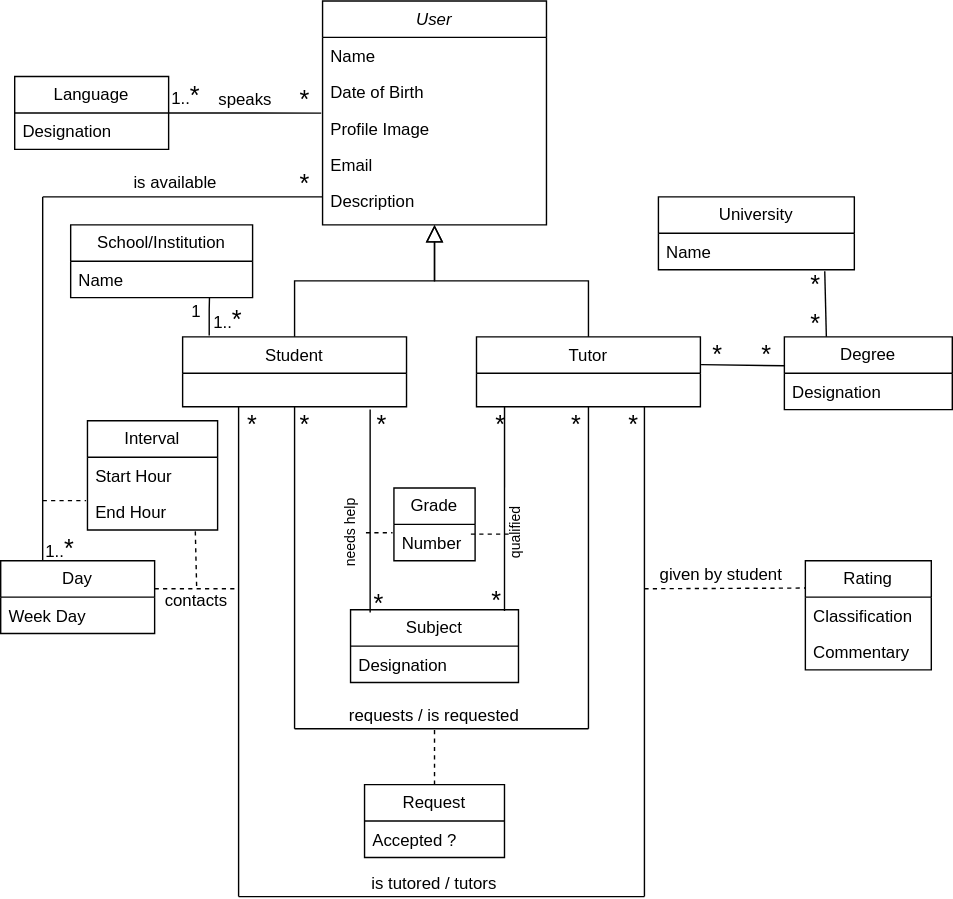
TM-1-3/Learn2Day keeps this draw.io diagram as docs/learn2day.svg. Above is the earlier version. Source tidied: cells renumbered, new cells last; positions are measured from the earlier drawing's top-left corner, leaving out a move shared by most shapes.
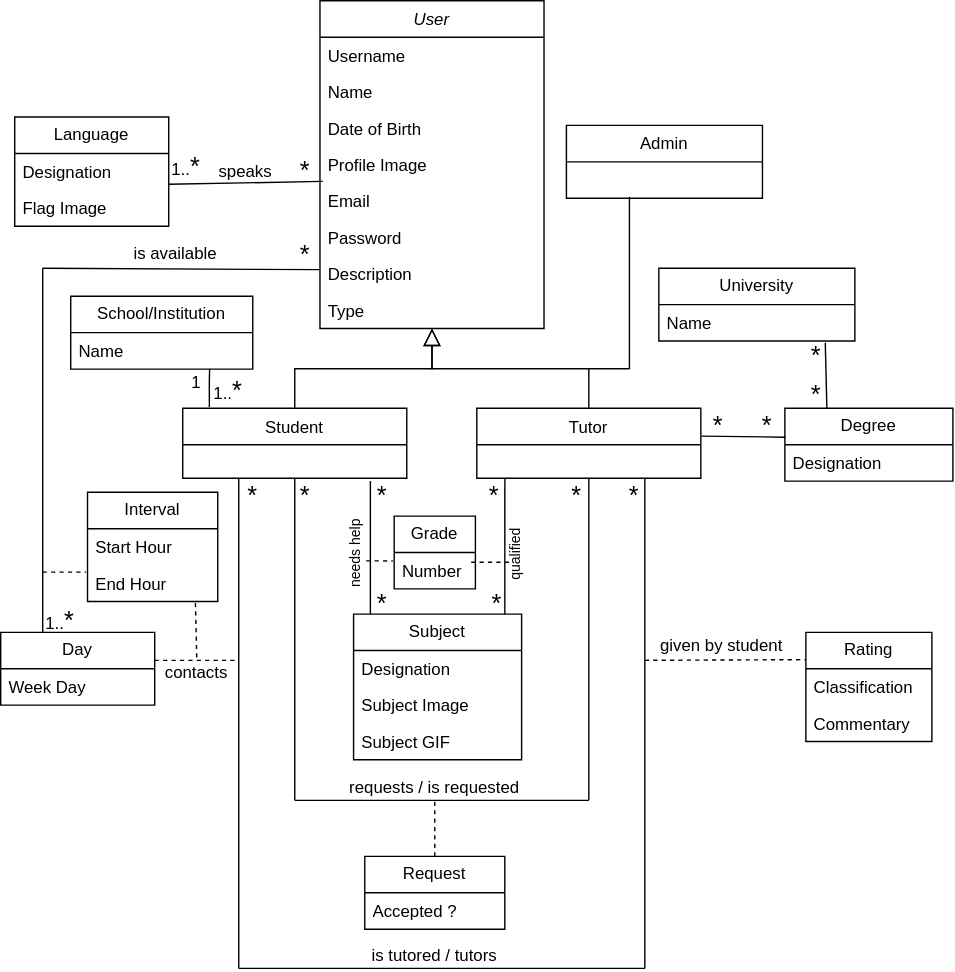
Above is the later version.

Commit message:
Updated uml diagram

What changed in the source:
```diff
@@ -3,23 +3,32 @@
     <mxCell id="0" />
     <mxCell id="1" parent="0" />
     <mxCell id="2" value="User" style="swimlane;fontStyle=2;align=center;verticalAlign=top;horizontal=1;startSize=26;rounded=0;shadow=0;strokeWidth=1;" parent="1" vertex="1">
-      <mxGeometry x="230" width="160" height="160" as="geometry" />
+      <mxGeometry x="228" y="-51" width="160" height="234" as="geometry" />
     </mxCell>
+    <mxCell id="81" value="Username" style="text;strokeColor=none;fillColor=none;align=left;verticalAlign=top;spacingLeft=4;spacingRight=4;overflow=hidden;whiteSpace=wrap;html=1;" parent="2" vertex="1">
+      <mxGeometry y="26" width="160" height="26" as="geometry" />
+    </mxCell>
     <mxCell id="3" value="Name" style="text;align=left;verticalAlign=top;spacingLeft=4;spacingRight=4;overflow=hidden;" parent="2" vertex="1">
-      <mxGeometry y="26" width="160" height="26" as="geometry" />
+      <mxGeometry y="52" width="160" height="26" as="geometry" />
     </mxCell>
     <mxCell id="4" value="Date of Birth" style="text;align=left;verticalAlign=top;spacingLeft=4;spacingRight=4;overflow=hidden;rounded=0;shadow=0;html=0;" parent="2" vertex="1">
-      <mxGeometry y="52" width="160" height="26" as="geometry" />
+      <mxGeometry y="78" width="160" height="26" as="geometry" />
     </mxCell>
     <mxCell id="5" value="Profile Image" style="text;align=left;verticalAlign=top;spacingLeft=4;spacingRight=4;overflow=hidden;points=[[0,0.5],[1,0.5]];portConstraint=eastwest;rounded=0;shadow=0;html=0;" parent="2" vertex="1">
-      <mxGeometry y="78" width="160" height="26" as="geometry" />
+      <mxGeometry y="104" width="160" height="26" as="geometry" />
     </mxCell>
     <mxCell id="6" value="Email" style="text;strokeColor=none;fillColor=none;align=left;verticalAlign=top;spacingLeft=4;spacingRight=4;overflow=hidden;whiteSpace=wrap;html=1;" parent="2" vertex="1">
-      <mxGeometry y="104" width="160" height="26" as="geometry" />
+      <mxGeometry y="130" width="160" height="26" as="geometry" />
     </mxCell>
+    <mxCell id="82" value="Password" style="text;strokeColor=none;fillColor=none;align=left;verticalAlign=top;spacingLeft=4;spacingRight=4;overflow=hidden;whiteSpace=wrap;html=1;" parent="2" vertex="1">
+      <mxGeometry y="156" width="160" height="26" as="geometry" />
+    </mxCell>
     <mxCell id="7" value="Description" style="text;strokeColor=none;fillColor=none;align=left;verticalAlign=top;spacingLeft=4;spacingRight=4;overflow=hidden;points=[[0,0.5],[1,0.5]];portConstraint=eastwest;whiteSpace=wrap;html=1;" parent="2" vertex="1">
-      <mxGeometry y="130" width="160" height="26" as="geometry" />
+      <mxGeometry y="182" width="160" height="26" as="geometry" />
     </mxCell>
+    <mxCell id="83" value="Type" style="text;strokeColor=none;fillColor=none;align=left;verticalAlign=top;spacingLeft=4;spacingRight=4;overflow=hidden;whiteSpace=wrap;html=1;" parent="2" vertex="1">
+      <mxGeometry y="208" width="160" height="26" as="geometry" />
+    </mxCell>
     <mxCell id="8" value="Student" style="swimlane;fontStyle=0;align=center;verticalAlign=top;horizontal=1;startSize=26;rounded=0;shadow=0;strokeWidth=1;" parent="1" vertex="1">
       <mxGeometry x="130" y="240" width="160" height="50" as="geometry" />
     </mxCell>
@@ -33,30 +42,39 @@
       <mxGeometry relative="1" as="geometry" />
     </mxCell>
     <mxCell id="12" value="Subject" style="swimlane;fontStyle=0;horizontal=1;startSize=26;fillColor=none;whiteSpace=wrap;html=1;" parent="1" vertex="1">
-      <mxGeometry x="250" y="435" width="120" height="52" as="geometry" />
+      <mxGeometry x="252" y="387" width="120" height="104" as="geometry" />
     </mxCell>
     <mxCell id="13" value="Designation" style="text;strokeColor=none;fillColor=none;align=left;verticalAlign=top;spacingLeft=4;spacingRight=4;overflow=hidden;whiteSpace=wrap;html=1;" parent="12" vertex="1">
       <mxGeometry y="26" width="120" height="26" as="geometry" />
     </mxCell>
+    <mxCell id="84" value="Subject Image" style="text;strokeColor=none;fillColor=none;align=left;verticalAlign=top;spacingLeft=4;spacingRight=4;overflow=hidden;whiteSpace=wrap;html=1;" parent="12" vertex="1">
+      <mxGeometry y="52" width="120" height="26" as="geometry" />
+    </mxCell>
+    <mxCell id="85" value="Subject GIF" style="text;strokeColor=none;fillColor=none;align=left;verticalAlign=top;spacingLeft=4;spacingRight=4;overflow=hidden;whiteSpace=wrap;html=1;" parent="12" vertex="1">
+      <mxGeometry y="78" width="120" height="26" as="geometry" />
+    </mxCell>
-    <mxCell id="14" style="endArrow=none;html=1;rounded=0;entryX=0.25;entryY=0;entryDx=0;entryDy=0;" parent="1" edge="1">
+    <mxCell id="14" style="endArrow=none;html=1;rounded=0;" parent="1" edge="1">
       <mxGeometry relative="1" as="geometry">
         <mxPoint x="264" y="292" as="sourcePoint" />
-        <mxPoint x="264" y="437" as="targetPoint" />
+        <mxPoint x="264" y="387" as="targetPoint" />
       </mxGeometry>
     </mxCell>
-    <mxCell id="15" style="endArrow=none;html=1;rounded=0;exitX=0.833;exitY=0.019;exitDx=0;exitDy=0;exitPerimeter=0;" parent="1" edge="1">
+    <mxCell id="15" style="endArrow=none;html=1;rounded=0;" parent="1" edge="1">
       <mxGeometry relative="1" as="geometry">
-        <mxPoint x="360" y="436" as="sourcePoint" />
+        <mxPoint x="360" y="387" as="sourcePoint" />
         <mxPoint x="360" y="290" as="targetPoint" />
       </mxGeometry>
     </mxCell>
     <mxCell id="16" value="Language" style="swimlane;fontStyle=0;horizontal=1;startSize=26;fillColor=none;whiteSpace=wrap;html=1;" parent="1" vertex="1">
-      <mxGeometry x="10" y="54" width="110" height="52" as="geometry" />
+      <mxGeometry x="10" y="32" width="110" height="78" as="geometry" />
     </mxCell>
     <mxCell id="17" value="Designation" style="text;strokeColor=none;fillColor=none;align=left;verticalAlign=top;spacingLeft=4;spacingRight=4;overflow=hidden;whiteSpace=wrap;html=1;" parent="16" vertex="1">
       <mxGeometry y="26" width="110" height="26" as="geometry" />
     </mxCell>
+    <mxCell id="86" value="Flag Image" style="text;strokeColor=none;fillColor=none;align=left;verticalAlign=top;spacingLeft=4;spacingRight=4;overflow=hidden;whiteSpace=wrap;html=1;" parent="16" vertex="1">
+      <mxGeometry y="52" width="110" height="26" as="geometry" />
+    </mxCell>
-    <mxCell id="18" style="endArrow=none;html=1;rounded=0;entryX=-0.006;entryY=0.081;entryDx=0;entryDy=0;entryPerimeter=0;" parent="1" edge="1" target="5">
+    <mxCell id="18" style="endArrow=none;html=1;rounded=0;entryX=0.867;entryY=0.833;entryDx=0;entryDy=0;entryPerimeter=0;" parent="1" edge="1" target="66">
       <mxGeometry relative="1" as="geometry">
         <mxPoint x="120" y="80" as="sourcePoint" />
       </mxGeometry>
@@ -200,16 +218,16 @@
       <mxGeometry x="570" y="220" width="25" height="22" as="geometry" />
     </mxCell>
     <mxCell id="54" value="&lt;font style=&quot;font-size: 18px;&quot;&gt;*&lt;/font&gt;" style="text;html=1;align=center;verticalAlign=middle;whiteSpace=wrap;rounded=0;" parent="1" vertex="1">
-      <mxGeometry x="258" y="420" width="25" height="22" as="geometry" />
+      <mxGeometry x="260" y="369" width="25" height="22" as="geometry" />
     </mxCell>
     <mxCell id="55" value="&lt;font style=&quot;font-size: 18px;&quot;&gt;*&lt;/font&gt;" style="text;html=1;align=center;verticalAlign=middle;whiteSpace=wrap;rounded=0;" parent="1" vertex="1">
       <mxGeometry x="260" y="292" width="25" height="22" as="geometry" />
     </mxCell>
     <mxCell id="56" value="&lt;font style=&quot;font-size: 18px;&quot;&gt;*&lt;/font&gt;" style="text;html=1;align=center;verticalAlign=middle;whiteSpace=wrap;rounded=0;" parent="1" vertex="1">
-      <mxGeometry x="345" y="292" width="25" height="22" as="geometry" />
+      <mxGeometry x="340" y="292" width="25" height="22" as="geometry" />
     </mxCell>
     <mxCell id="57" value="&lt;font style=&quot;font-size: 18px;&quot;&gt;*&lt;/font&gt;" style="text;html=1;align=center;verticalAlign=middle;whiteSpace=wrap;rounded=0;" parent="1" vertex="1">
-      <mxGeometry x="342" y="418" width="25" height="22" as="geometry" />
+      <mxGeometry x="342" y="369" width="25" height="22" as="geometry" />
     </mxCell>
     <mxCell id="58" value="&lt;font style=&quot;font-size: 18px;&quot;&gt;*&lt;/font&gt;" style="text;html=1;align=center;verticalAlign=middle;whiteSpace=wrap;rounded=0;" parent="1" vertex="1">
       <mxGeometry x="399" y="292" width="25" height="22" as="geometry" />
@@ -248,10 +266,10 @@
       <mxGeometry x="110" y="418" width="60" height="21" as="geometry" />
     </mxCell>
     <mxCell id="70" value="&lt;font style=&quot;font-size: 10px;&quot;&gt;needs help&lt;/font&gt;" style="text;html=1;align=center;verticalAlign=middle;whiteSpace=wrap;rounded=0;rotation=-90;" parent="1" vertex="1">
-      <mxGeometry x="175" y="369" width="150" height="22" as="geometry" />
+      <mxGeometry x="178" y="337.7" width="150" height="12" as="geometry" />
     </mxCell>
     <mxCell id="71" value="&lt;span style=&quot;font-size: 10px;&quot;&gt;qualified&lt;/span&gt;" style="text;html=1;align=center;verticalAlign=middle;whiteSpace=wrap;rounded=0;rotation=-90;" parent="1" vertex="1">
-      <mxGeometry x="290" y="364.8" width="155" height="30.5" as="geometry" />
+      <mxGeometry x="290" y="339.1" width="155" height="10.6" as="geometry" />
     </mxCell>
     <mxCell id="72" value="given by student" style="text;html=1;align=center;verticalAlign=middle;whiteSpace=wrap;rounded=0;" parent="1" vertex="1">
       <mxGeometry x="460" y="400" width="110" height="20" as="geometry" />
@@ -273,19 +291,34 @@
     </mxCell>
     <mxCell id="77" style="endArrow=none;dashed=1;html=1;rounded=0;entryX=-0.017;entryY=0.231;entryDx=0;entryDy=0;entryPerimeter=0;" parent="1" edge="1" target="79">
       <mxGeometry relative="1" as="geometry">
-        <mxPoint x="261" y="380" as="sourcePoint" />
+        <mxPoint x="261" y="349" as="sourcePoint" />
       </mxGeometry>
     </mxCell>
     <mxCell id="78" value="Grade" style="swimlane;fontStyle=0;horizontal=1;startSize=26;fillColor=none;whiteSpace=wrap;html=1;" parent="1" vertex="1">
-      <mxGeometry x="281" y="348" width="58" height="52" as="geometry" />
+      <mxGeometry x="281" y="317" width="58" height="52" as="geometry" />
     </mxCell>
     <mxCell id="79" value="Number" style="text;strokeColor=none;fillColor=none;align=left;verticalAlign=top;spacingLeft=4;spacingRight=4;overflow=hidden;points=[[0,0.5],[1,0.5]];portConstraint=eastwest;whiteSpace=wrap;html=1;" parent="78" vertex="1">
       <mxGeometry y="26" width="58" height="26" as="geometry" />
     </mxCell>
     <mxCell id="80" style="endArrow=none;dashed=1;html=1;rounded=0;exitX=0.948;exitY=0.269;exitDx=0;exitDy=0;exitPerimeter=0;" parent="1" edge="1" source="79">
       <mxGeometry relative="1" as="geometry">
-        <mxPoint x="363" y="381" as="targetPoint" />
+        <mxPoint x="363" y="350" as="targetPoint" />
       </mxGeometry>
     </mxCell>
+    <mxCell id="87" value="Admin" style="swimlane;fontStyle=0;horizontal=1;startSize=26;fillColor=none;whiteSpace=wrap;html=1;" parent="1" vertex="1">
+      <mxGeometry x="404" y="38" width="140" height="52" as="geometry" />
+    </mxCell>
+    <mxCell id="88" style="endArrow=none;html=1;rounded=0;" parent="1" edge="1">
+      <mxGeometry relative="1" as="geometry">
+        <mxPoint x="449" y="212" as="sourcePoint" />
+        <mxPoint x="449" y="89" as="targetPoint" />
+      </mxGeometry>
+    </mxCell>
+    <mxCell id="89" style="endArrow=none;html=1;rounded=0;" parent="1" edge="1">
+      <mxGeometry relative="1" as="geometry">
+        <mxPoint x="420" y="211.8" as="sourcePoint" />
+        <mxPoint x="449" y="211.8" as="targetPoint" />
+      </mxGeometry>
+    </mxCell>
   </root>
 </mxGraphModel>
```
